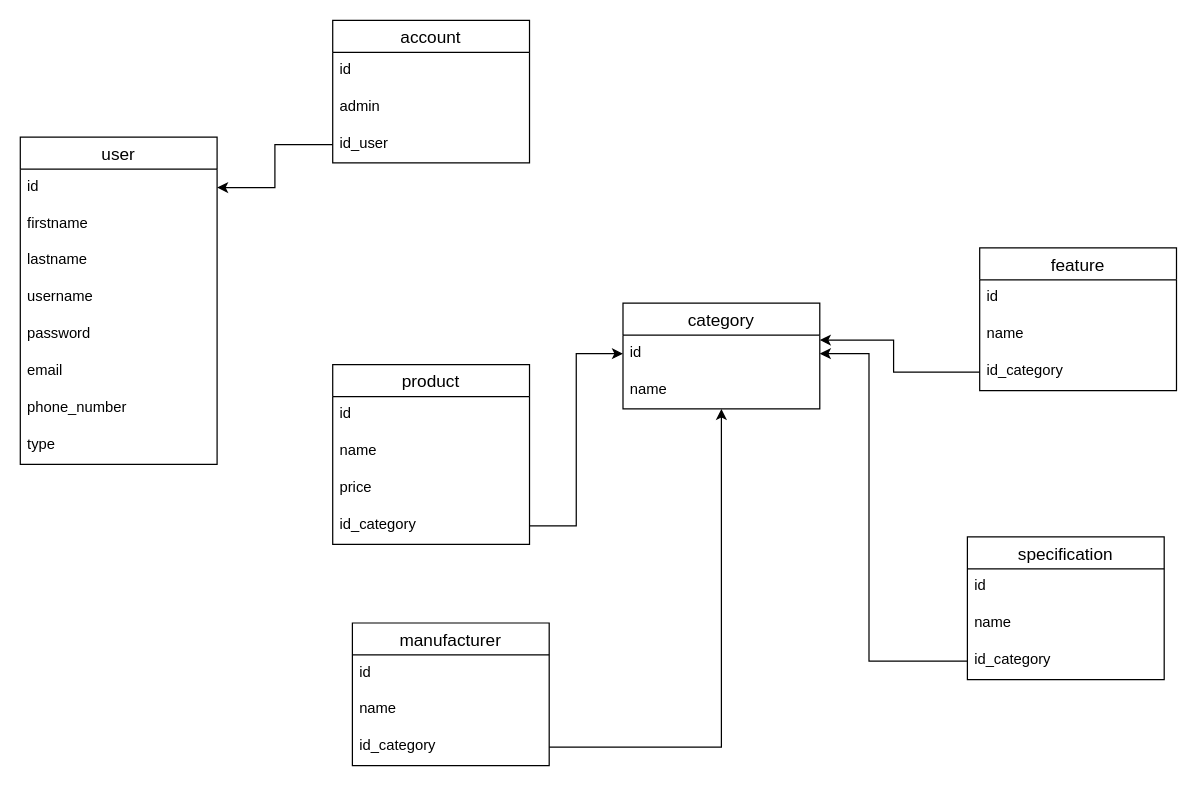
This is Diagram/Diagram-database.drawio from HaVanDuoc/tech-ecommerce-website, a draw.io file, before an edit. Source tidied: cells renumbered, new cells numbered last; positions are measured from the earlier drawing's top-left corner, leaving out a move shared by most shapes. Both pictures are drawn from the tidied source at 123%, with x=0, y=0 at pixel (20, 20).
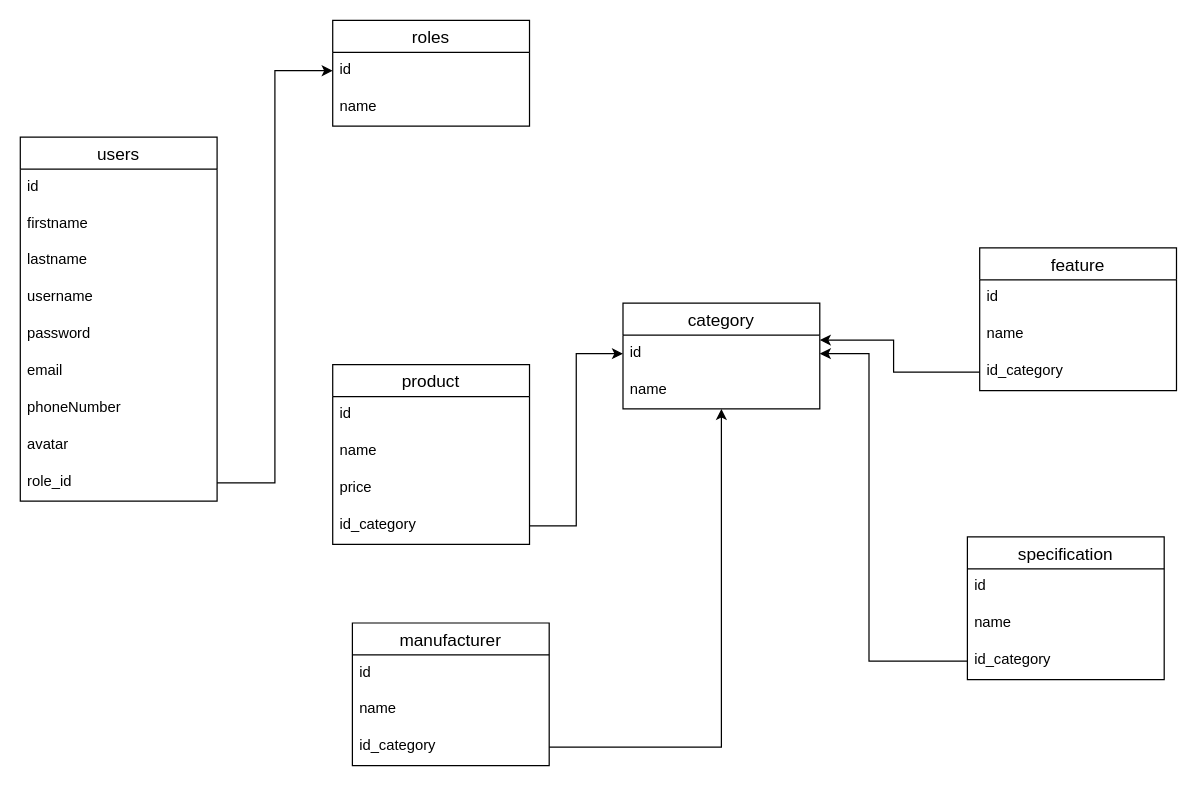
The same page after the edit.

Unchanged cells that the change refers to:
```xml
<mxCell id="3" value="id" style="text;strokeColor=none;fillColor=none;spacingLeft=4;spacingRight=4;overflow=hidden;points=[[0,0.5],[1,0.5]];portConstraint=eastwest;fontSize=12;" parent="2" vertex="1">
  <mxGeometry y="26" width="160" height="30" as="geometry" />
</mxCell>
<mxCell id="12" value="id" style="text;strokeColor=none;fillColor=none;spacingLeft=4;spacingRight=4;overflow=hidden;points=[[0,0.5],[1,0.5]];portConstraint=eastwest;fontSize=12;" parent="11" vertex="1">
  <mxGeometry y="26" width="160" height="30" as="geometry" />
</mxCell>
```

Change to the diagram source:
```diff
@@
-    <mxCell id="2" value="user" style="swimlane;fontStyle=0;horizontal=1;startSize=26;align=center;fontSize=14;" parent="1" vertex="1">
-      <mxGeometry y="95" width="160" height="266" as="geometry" />
+    <mxCell id="2" value="users" style="swimlane;fontStyle=0;horizontal=1;startSize=26;align=center;fontSize=14;" parent="1" vertex="1">
+      <mxGeometry y="95" width="160" height="296" as="geometry" />
     </mxCell>
@@
-    <mxCell id="9" value="phone_number" style="text;strokeColor=none;fillColor=none;spacingLeft=4;spacingRight=4;overflow=hidden;fontSize=12;" parent="2" vertex="1">
+    <mxCell id="9" value="phoneNumber" style="text;strokeColor=none;fillColor=none;spacingLeft=4;spacingRight=4;overflow=hidden;fontSize=12;" parent="2" vertex="1">
       <mxGeometry y="206" width="160" height="30" as="geometry" />
     </mxCell>
-    <mxCell id="10" value="type" style="text;strokeColor=none;fillColor=none;spacingLeft=4;spacingRight=4;overflow=hidden;fontSize=12;" parent="2" vertex="1">
+    <mxCell id="10" value="avatar" style="text;strokeColor=none;fillColor=none;spacingLeft=4;spacingRight=4;overflow=hidden;fontSize=12;" parent="2" vertex="1">
       <mxGeometry y="236" width="160" height="30" as="geometry" />
     </mxCell>
+    <mxCell id="40" value="role_id" style="text;strokeColor=none;fillColor=none;spacingLeft=4;spacingRight=4;overflow=hidden;points=[[0,0.5],[1,0.5]];portConstraint=eastwest;fontSize=12;" parent="2" vertex="1">
+      <mxGeometry y="266" width="160" height="30" as="geometry" />
+    </mxCell>
-    <mxCell id="11" value="account" style="swimlane;fontStyle=0;horizontal=1;startSize=26;align=center;fontSize=14;" parent="1" vertex="1">
-      <mxGeometry x="254" width="160" height="116" as="geometry" />
+    <mxCell id="11" value="roles" style="swimlane;fontStyle=0;horizontal=1;startSize=26;align=center;fontSize=14;" parent="1" vertex="1">
+      <mxGeometry x="254" width="160" height="86" as="geometry" />
     </mxCell>
@@
-    <mxCell id="13" value="admin" style="text;strokeColor=none;fillColor=none;spacingLeft=4;spacingRight=4;overflow=hidden;fontSize=12;" parent="11" vertex="1">
+    <mxCell id="13" value="name" style="text;strokeColor=none;fillColor=none;spacingLeft=4;spacingRight=4;overflow=hidden;fontSize=12;" parent="11" vertex="1">
       <mxGeometry y="56" width="160" height="30" as="geometry" />
     </mxCell>
-    <mxCell id="14" value="id_user" style="text;strokeColor=none;fillColor=none;spacingLeft=4;spacingRight=4;overflow=hidden;points=[[0,0.5],[1,0.5]];portConstraint=eastwest;fontSize=12;" parent="11" vertex="1">
-      <mxGeometry y="86" width="160" height="30" as="geometry" />
-    </mxCell>
@@
-    <mxCell id="31" style="edgeStyle=orthogonalEdgeStyle;rounded=0;jettySize=auto;html=1;" parent="1" edge="1" source="14" target="3">
-      <mxGeometry relative="1" as="geometry" />
-    </mxCell>
@@
+    <mxCell id="41" style="edgeStyle=orthogonalEdgeStyle;rounded=0;jettySize=auto;html=1;" parent="1" edge="1" source="40" target="12">
+      <mxGeometry relative="1" as="geometry" />
+    </mxCell>
```
